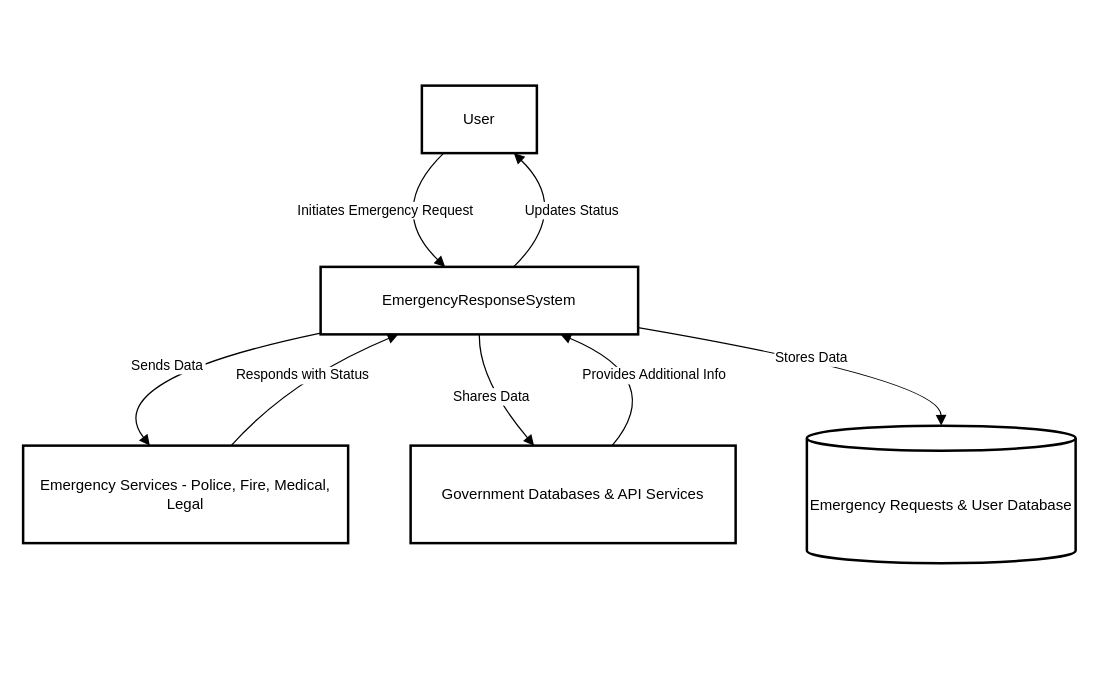
Earlier version of the draw.io diagram lab 4 L0.drawio (mdrefathossainalvee/draw_io_practice). Source tidied: cells renumbered, new cells numbered last; positions are measured from the earlier drawing's top-left corner, leaving out a move shared by most shapes. Both pictures are drawn from the tidied source at 125%, with x=0, y=0 at pixel (22, 85).
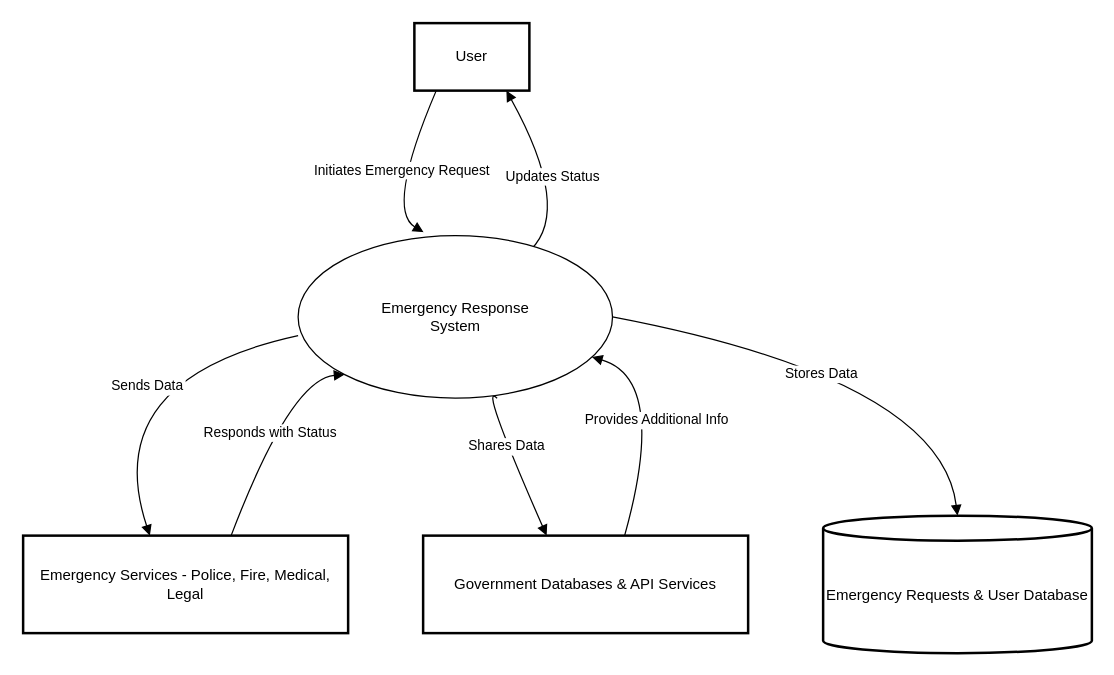
After the change.

What changed in the source:
```diff
@@
     <mxCell id="2" value="User" style="whiteSpace=wrap;strokeWidth=2;" parent="1" vertex="1">
-      <mxGeometry x="319" width="92" height="54" as="geometry" />
+      <mxGeometry x="313" y="-50" width="92" height="54" as="geometry" />
     </mxCell>
-    <mxCell id="3" value="EmergencyResponseSystem" style="whiteSpace=wrap;strokeWidth=2;" parent="1" vertex="1">
-      <mxGeometry x="238" y="145" width="254" height="54" as="geometry" />
-    </mxCell>
     <mxCell id="4" value="Emergency Services - Police, Fire, Medical, Legal" style="whiteSpace=wrap;strokeWidth=2;" parent="1" vertex="1">
-      <mxGeometry y="288" width="260" height="78" as="geometry" />
+      <mxGeometry y="360" width="260" height="78" as="geometry" />
     </mxCell>
     <mxCell id="5" value="Government Databases &amp; API Services" style="whiteSpace=wrap;strokeWidth=2;" parent="1" vertex="1">
-      <mxGeometry x="310" y="288" width="260" height="78" as="geometry" />
+      <mxGeometry x="320" y="360" width="260" height="78" as="geometry" />
     </mxCell>
     <mxCell id="6" value="Emergency Requests &amp; User Database" style="shape=cylinder3;boundedLbl=1;backgroundOutline=1;size=10;strokeWidth=2;whiteSpace=wrap;" parent="1" vertex="1">
-      <mxGeometry x="627" y="272" width="215" height="110" as="geometry" />
+      <mxGeometry x="640" y="344" width="215" height="110" as="geometry" />
     </mxCell>
-    <mxCell id="7" value="Initiates Emergency Request" style="curved=1;startArrow=none;endArrow=block;exitX=0.19;exitY=1;entryX=0.39;entryY=-0.01;rounded=0;" parent="1" edge="1" source="2" target="3">
+    <mxCell id="7" value="Initiates Emergency Request" style="curved=1;startArrow=none;endArrow=block;exitX=0.19;exitY=1;rounded=0;entryX=0.399;entryY=-0.021;entryDx=0;entryDy=0;entryPerimeter=0;" parent="1" edge="1" source="2" target="14">
       <mxGeometry relative="1" as="geometry">
         <Array as="points">
           <mxPoint x="290" y="99" />
         </Array>
       </mxGeometry>
     </mxCell>
-    <mxCell id="8" value="Sends Data" style="curved=1;startArrow=none;endArrow=block;exitX=0;exitY=0.98;entryX=0.39;entryY=0;rounded=0;" parent="1" edge="1" source="3" target="4">
-      <mxGeometry relative="1" as="geometry">
+    <mxCell id="8" value="Sends Data" style="curved=1;startArrow=none;endArrow=block;entryX=0.39;entryY=0;rounded=0;exitX=0;exitY=0.615;exitDx=0;exitDy=0;exitPerimeter=0;" parent="1" edge="1" source="14" target="4">
+      <mxGeometry x="-0.15" y="13" relative="1" as="geometry">
         <Array as="points">
           <mxPoint x="60" y="235" />
         </Array>
       </mxGeometry>
     </mxCell>
-    <mxCell id="9" value="Responds with Status" style="curved=1;startArrow=none;endArrow=block;exitX=0.64;exitY=0;entryX=0.25;entryY=0.99;rounded=0;" parent="1" edge="1" source="4" target="3">
+    <mxCell id="9" value="Responds with Status" style="curved=1;startArrow=none;endArrow=block;exitX=0.64;exitY=0;rounded=0;entryX=0;entryY=1;entryDx=0;entryDy=0;" parent="1" edge="1" source="4" target="14">
       <mxGeometry relative="1" as="geometry">
         <Array as="points">
           <mxPoint x="214" y="235" />
         </Array>
       </mxGeometry>
     </mxCell>
-    <mxCell id="10" value="Updates Status" style="curved=1;startArrow=none;endArrow=block;exitX=0.61;exitY=-0.01;entryX=0.8;entryY=1;rounded=0;" parent="1" edge="1" source="3" target="2">
+    <mxCell id="10" value="Updates Status" style="curved=1;startArrow=none;endArrow=block;entryX=0.8;entryY=1;rounded=0;exitX=0.74;exitY=0.087;exitDx=0;exitDy=0;exitPerimeter=0;" parent="1" edge="1" source="14" target="2">
       <mxGeometry relative="1" as="geometry">
         <Array as="points">
           <mxPoint x="439" y="99" />
         </Array>
       </mxGeometry>
     </mxCell>
-    <mxCell id="11" value="Shares Data" style="curved=1;startArrow=none;endArrow=block;exitX=0.5;exitY=0.99;entryX=0.38;entryY=0;rounded=0;" parent="1" edge="1" source="3" target="5">
+    <mxCell id="11" value="Shares Data" style="curved=1;startArrow=none;endArrow=block;entryX=0.38;entryY=0;rounded=0;exitX=0.633;exitY=1.001;exitDx=0;exitDy=0;exitPerimeter=0;" parent="1" edge="1" source="14" target="5">
       <mxGeometry relative="1" as="geometry">
         <Array as="points">
           <mxPoint x="364" y="235" />
         </Array>
       </mxGeometry>
     </mxCell>
-    <mxCell id="12" value="Provides Additional Info" style="curved=1;startArrow=none;endArrow=block;exitX=0.62;exitY=0;entryX=0.75;entryY=0.99;rounded=0;" parent="1" edge="1" source="5" target="3">
+    <mxCell id="12" value="Provides Additional Info" style="curved=1;startArrow=none;endArrow=block;exitX=0.62;exitY=0;rounded=0;" parent="1" edge="1" source="5" target="14">
       <mxGeometry relative="1" as="geometry">
         <Array as="points">
           <mxPoint x="516" y="235" />
         </Array>
       </mxGeometry>
     </mxCell>
-    <mxCell id="13" value="Stores Data" style="curved=1;startArrow=none;endArrow=block;exitX=1;exitY=0.9;entryX=0.5;entryY=0;rounded=0;" parent="1" edge="1" source="3" target="6">
-      <mxGeometry relative="1" as="geometry">
+    <mxCell id="13" value="Stores Data" style="curved=1;startArrow=none;endArrow=block;entryX=0.5;entryY=0;rounded=0;exitX=1;exitY=0.5;exitDx=0;exitDy=0;" parent="1" edge="1" source="14" target="6">
+      <mxGeometry x="-0.08" y="-13" relative="1" as="geometry">
         <Array as="points">
           <mxPoint x="734" y="235" />
         </Array>
       </mxGeometry>
     </mxCell>
+    <mxCell id="14" value="Emergency Response&lt;div&gt;System&lt;/div&gt;" style="ellipse;whiteSpace=wrap;html=1;" parent="1" vertex="1">
+      <mxGeometry x="220" y="120" width="251.5" height="130" as="geometry" />
+    </mxCell>
```
